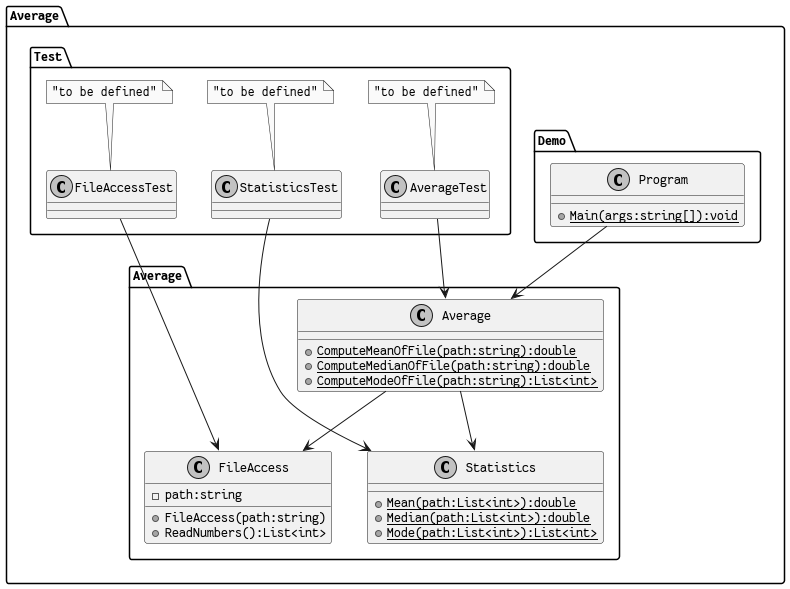
jzelAdmin2006/M450-averageTestDoubles keeps this PlantUML diagram as pics/average.png. Above is the earlier version.
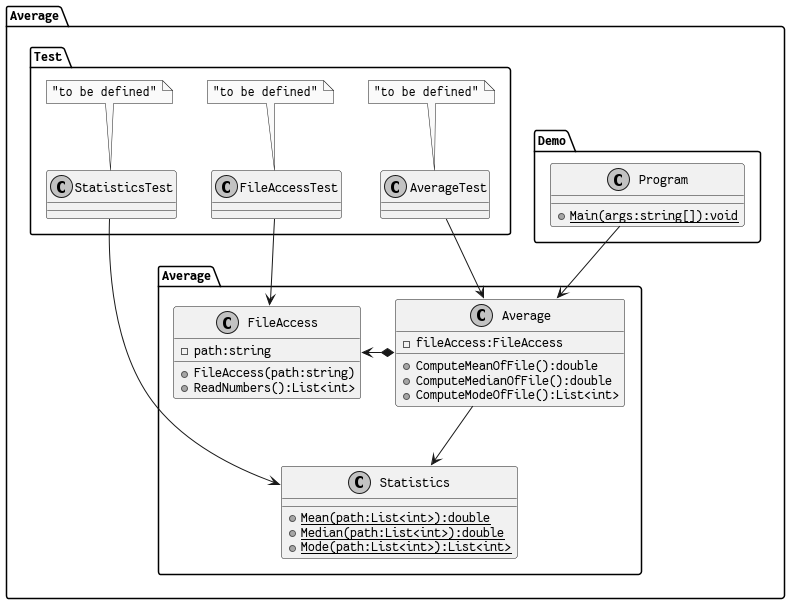
Later version of the same file.

Commit message:
use modified FileAccess in Average and Program

Diff of the diagram source:
```diff
@@ -12,9 +12,10 @@
     }
 
     class Average {
-        {static}{method} +ComputeMeanOfFile(path:string):double
-        {static}{method} +ComputeMedianOfFile(path:string):double
-        {static}{method} +ComputeModeOfFile(path:string):List<int>
+        {field} -fileAccess:FileAccess
+        {method} +ComputeMeanOfFile():double
+        {method} +ComputeMedianOfFile():double
+        {method} +ComputeModeOfFile():List<int>
     }
 
     class Statistics {
@@ -23,7 +24,7 @@
         {static}{method} +Mode(path:List<int>):List<int>
     }
 
-    Average --> FileAccess
+    Average *-> FileAccess
     Average --> Statistics
 }
 
```
